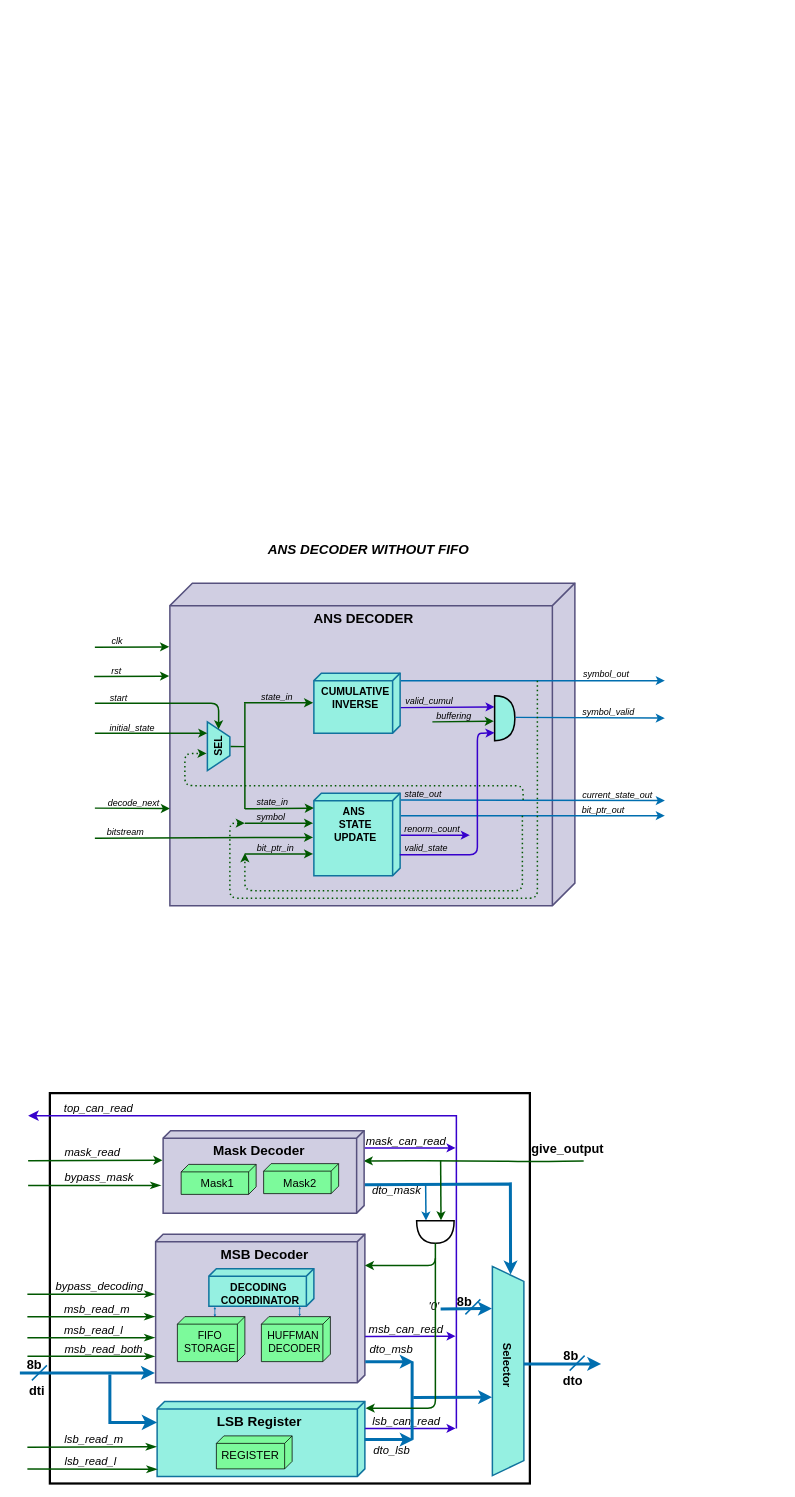
This is ANS decoder.drawio from Nithyarajoman/Drawio-figures, a draw.io file, before an edit. Source tidied: cells renumbered, new cells numbered last; positions are measured from the earlier drawing's top-left corner, leaving out a move shared by most shapes. Both pictures are drawn from the tidied source at 75%, with x=0, y=0 at pixel (20, 538).
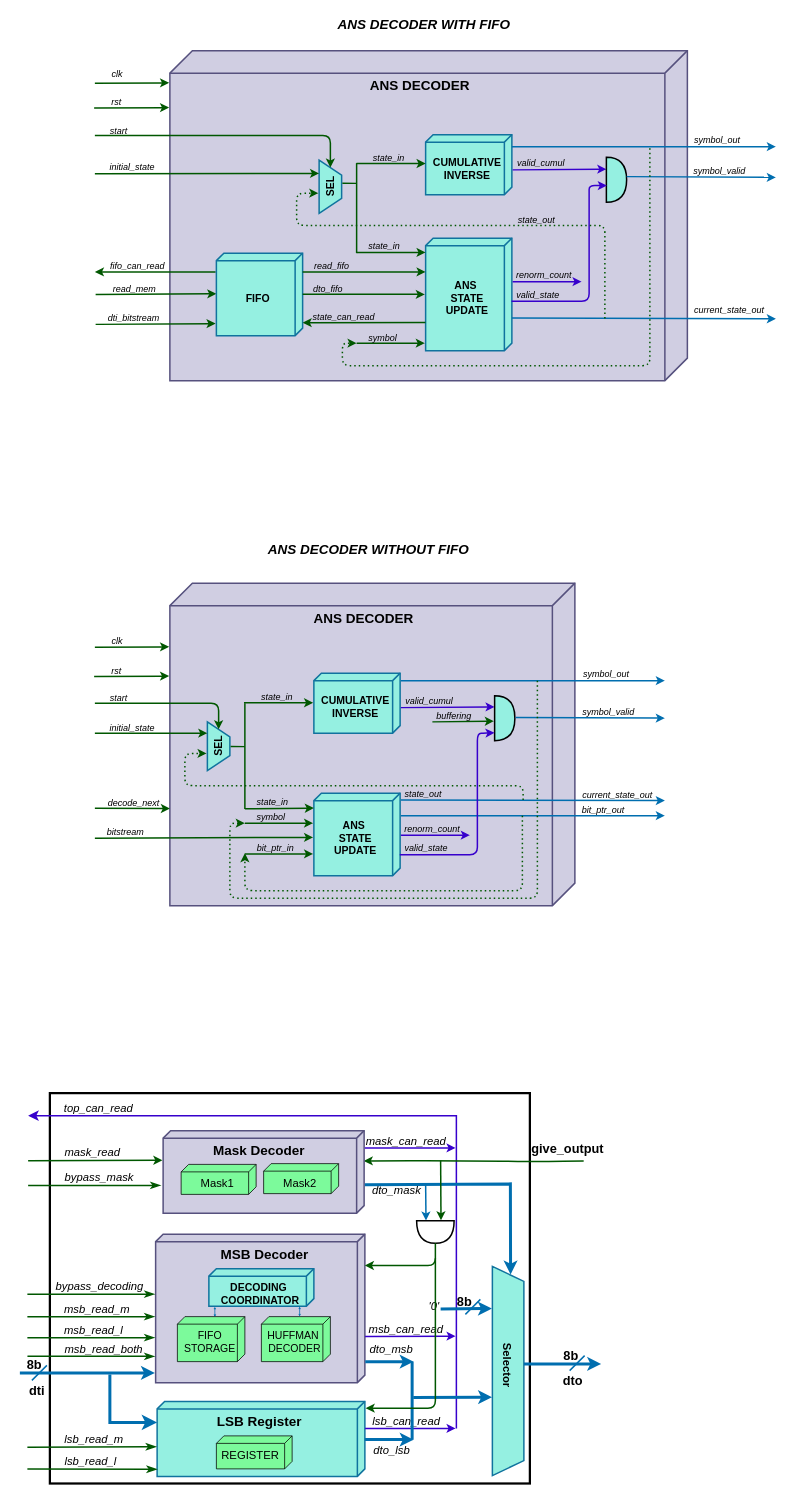
Above is the later version.

The edit, as a diff of the source:
```diff
@@
-    <mxCell id="69" value="&lt;div style=&quot;&quot;&gt;&lt;b style=&quot;font-size: 14px; background-color: transparent; color: light-dark(rgb(0, 0, 0), rgb(255, 255, 255));&quot;&gt;CUMULATIVE&lt;/b&gt;&lt;/div&gt;&lt;div style=&quot;&quot;&gt;&lt;span style=&quot;font-size: 14px;&quot;&gt;&lt;b&gt;INVERSE&lt;/b&gt;&lt;/span&gt;&lt;/div&gt;" style="verticalAlign=top;align=center;shape=cube;size=10;direction=south;fontStyle=0;html=1;boundedLbl=1;spacingLeft=5;rounded=1;fillColor=#95F0E1;strokeColor=#10739e;strokeWidth=2;" parent="1" vertex="1">
+    <mxCell id="69" value="&lt;div style=&quot;&quot;&gt;&lt;b style=&quot;font-size: 14px; background-color: transparent; color: light-dark(rgb(0, 0, 0), rgb(255, 255, 255));&quot;&gt;CUMULATIVE&lt;/b&gt;&lt;/div&gt;&lt;div style=&quot;&quot;&gt;&lt;span style=&quot;font-size: 14px;&quot;&gt;&lt;b&gt;INVERSE&lt;/b&gt;&lt;/span&gt;&lt;/div&gt;" style="verticalAlign=middle;align=center;shape=cube;size=10;direction=south;fontStyle=0;html=1;boundedLbl=1;spacingLeft=5;rounded=1;fillColor=#95F0E1;strokeColor=#10739e;strokeWidth=2;" parent="1" vertex="1">
       <mxGeometry x="392" y="180" width="115" height="80" as="geometry" />
     </mxCell>
-    <mxCell id="70" value="&lt;span style=&quot;font-size: 14px;&quot;&gt;&lt;b&gt;ANS&amp;nbsp;&lt;/b&gt;&lt;/span&gt;&lt;div&gt;&lt;span style=&quot;font-size: 14px;&quot;&gt;&lt;b&gt;STATE&lt;/b&gt;&lt;/span&gt;&lt;div&gt;&lt;span style=&quot;font-size: 14px;&quot;&gt;&lt;b&gt;UPDATE&lt;/b&gt;&lt;/span&gt;&lt;/div&gt;&lt;/div&gt;" style="verticalAlign=top;align=center;shape=cube;size=10;direction=south;fontStyle=0;html=1;boundedLbl=1;spacingLeft=5;rounded=1;fillColor=#95F0E1;strokeColor=#10739e;strokeWidth=2;" parent="1" vertex="1">
+    <mxCell id="70" value="&lt;span style=&quot;font-size: 14px;&quot;&gt;&lt;b&gt;ANS&amp;nbsp;&lt;/b&gt;&lt;/span&gt;&lt;div&gt;&lt;span style=&quot;font-size: 14px;&quot;&gt;&lt;b&gt;STATE&lt;/b&gt;&lt;/span&gt;&lt;div&gt;&lt;span style=&quot;font-size: 14px;&quot;&gt;&lt;b&gt;UPDATE&lt;/b&gt;&lt;/span&gt;&lt;/div&gt;&lt;/div&gt;" style="verticalAlign=middle;align=center;shape=cube;size=10;direction=south;fontStyle=0;html=1;boundedLbl=1;spacingLeft=5;rounded=1;fillColor=#95F0E1;strokeColor=#10739e;strokeWidth=2;" parent="1" vertex="1">
       <mxGeometry x="392" y="340" width="115" height="110" as="geometry" />
     </mxCell>
@@
+    <mxCell id="116" value="&lt;font size=&quot;1&quot; color=&quot;#000000&quot;&gt;&lt;b style=&quot;font-size: 18px;&quot;&gt;ANS DECODER&lt;/b&gt;&lt;/font&gt;" style="verticalAlign=top;align=center;shape=cube;size=30;direction=south;fontStyle=0;html=1;boundedLbl=1;spacingLeft=5;rounded=1;fillColor=#d0cee2;strokeColor=#56517e;strokeWidth=2;" parent="1" vertex="1">
+      <mxGeometry x="200" y="-650" width="690" height="440" as="geometry" />
+    </mxCell>
+    <mxCell id="117" value="&lt;div style=&quot;&quot;&gt;&lt;b style=&quot;font-size: 14px; background-color: transparent; color: light-dark(rgb(0, 0, 0), rgb(255, 255, 255));&quot;&gt;CUMULATIVE&lt;/b&gt;&lt;/div&gt;&lt;div style=&quot;&quot;&gt;&lt;span style=&quot;font-size: 14px;&quot;&gt;&lt;b&gt;INVERSE&lt;/b&gt;&lt;/span&gt;&lt;/div&gt;" style="verticalAlign=middle;align=center;shape=cube;size=10;direction=south;fontStyle=0;html=1;boundedLbl=1;spacingLeft=5;rounded=1;fillColor=#95F0E1;strokeColor=#10739e;strokeWidth=2;" parent="1" vertex="1">
+      <mxGeometry x="541" y="-538" width="115" height="80" as="geometry" />
+    </mxCell>
+    <mxCell id="118" value="&lt;span style=&quot;font-size: 14px;&quot;&gt;&lt;b&gt;ANS&amp;nbsp;&lt;/b&gt;&lt;/span&gt;&lt;div&gt;&lt;span style=&quot;font-size: 14px;&quot;&gt;&lt;b&gt;STATE&lt;/b&gt;&lt;/span&gt;&lt;div&gt;&lt;span style=&quot;font-size: 14px;&quot;&gt;&lt;b&gt;UPDATE&lt;/b&gt;&lt;/span&gt;&lt;/div&gt;&lt;/div&gt;" style="verticalAlign=middle;align=center;shape=cube;size=10;direction=south;fontStyle=0;html=1;boundedLbl=1;spacingLeft=5;rounded=1;fillColor=#95F0E1;strokeColor=#10739e;strokeWidth=2;" parent="1" vertex="1">
+      <mxGeometry x="541" y="-400" width="115" height="150" as="geometry" />
+    </mxCell>
+    <mxCell id="119" style="endArrow=classic;startArrow=none;endFill=1;startFill=0;html=1;verticalAlign=bottom;labelBackgroundColor=none;strokeWidth=2;shadow=0;sketch=0;fontColor=#000000;fillColor=#008a00;strokeColor=#005700;exitX=0.371;exitY=0.796;exitDx=0;exitDy=0;exitPerimeter=0;" parent="1" edge="1">
+      <mxGeometry relative="1" as="geometry">
+        <mxPoint x="448.8" y="-499.5" as="sourcePoint" />
+        <mxPoint x="541" y="-499.5" as="targetPoint" />
+      </mxGeometry>
+    </mxCell>
+    <mxCell id="120" value="&lt;i&gt;state_in&lt;/i&gt;" style="text;html=1;whiteSpace=wrap;strokeColor=none;fillColor=none;align=center;verticalAlign=middle;rounded=0;" parent="1" vertex="1">
+      <mxGeometry x="461.5" y="-522" width="60" height="30" as="geometry" />
+    </mxCell>
+    <mxCell id="121" style="endArrow=classic;startArrow=none;endFill=1;startFill=0;html=1;verticalAlign=bottom;labelBackgroundColor=none;strokeWidth=2;shadow=0;sketch=0;fontColor=#000000;fillColor=#008a00;strokeColor=#005700;" parent="1" edge="1">
+      <mxGeometry relative="1" as="geometry">
+        <mxPoint x="449" y="-381" as="sourcePoint" />
+        <mxPoint x="541" y="-381" as="targetPoint" />
+      </mxGeometry>
+    </mxCell>
+    <mxCell id="122" value="&lt;i&gt;state_in&lt;/i&gt;" style="text;html=1;whiteSpace=wrap;strokeColor=none;fillColor=none;align=center;verticalAlign=middle;rounded=0;" parent="1" vertex="1">
+      <mxGeometry x="455.5" y="-404" width="60" height="30" as="geometry" />
+    </mxCell>
+    <mxCell id="123" style="endArrow=classic;startArrow=none;endFill=1;startFill=0;html=1;verticalAlign=bottom;labelBackgroundColor=none;strokeWidth=2;shadow=0;sketch=0;fontColor=#000000;fillColor=#008a00;strokeColor=#005700;" parent="1" edge="1">
+      <mxGeometry relative="1" as="geometry">
+        <mxPoint x="449" y="-260" as="sourcePoint" />
+        <mxPoint x="540" y="-260" as="targetPoint" />
+      </mxGeometry>
+    </mxCell>
+    <mxCell id="124" value="&lt;i&gt;symbol&lt;/i&gt;" style="text;html=1;whiteSpace=wrap;strokeColor=none;fillColor=none;align=center;verticalAlign=middle;rounded=0;" parent="1" vertex="1">
+      <mxGeometry x="453.5" y="-282" width="60" height="30" as="geometry" />
+    </mxCell>
+    <mxCell id="125" style="endArrow=classic;startArrow=none;endFill=1;startFill=0;html=1;verticalAlign=bottom;labelBackgroundColor=none;strokeWidth=2;shadow=0;sketch=0;fontColor=#000000;fillColor=#008a00;strokeColor=#005700;" parent="1" edge="1">
+      <mxGeometry relative="1" as="geometry">
+        <mxPoint x="101" y="-285" as="sourcePoint" />
+        <mxPoint x="261" y="-286" as="targetPoint" />
+      </mxGeometry>
+    </mxCell>
+    <mxCell id="126" value="&lt;i&gt;dti_bitstream&lt;/i&gt;" style="text;html=1;whiteSpace=wrap;strokeColor=none;fillColor=none;align=center;verticalAlign=middle;rounded=0;" parent="1" vertex="1">
+      <mxGeometry x="122" y="-308" width="60" height="30" as="geometry" />
+    </mxCell>
+    <mxCell id="127" value="&lt;b&gt;&lt;font style=&quot;font-size: 14px;&quot;&gt;SEL&lt;/font&gt;&lt;/b&gt;" style="shape=trapezoid;perimeter=trapezoidPerimeter;whiteSpace=wrap;html=1;fixedSize=1;strokeColor=#10739e;fillColor=#95F0E1;direction=south;strokeWidth=2;horizontal=0;" parent="1" vertex="1">
+      <mxGeometry x="399" y="-504" width="30" height="71" as="geometry" />
+    </mxCell>
+    <mxCell id="128" style="endArrow=none;startArrow=none;endFill=0;startFill=0;html=1;verticalAlign=bottom;labelBackgroundColor=none;strokeWidth=2;shadow=0;sketch=0;fontColor=#000000;fillColor=#008a00;strokeColor=#005700;exitX=0.371;exitY=0.796;exitDx=0;exitDy=0;exitPerimeter=0;" parent="1" edge="1">
+      <mxGeometry relative="1" as="geometry">
+        <mxPoint x="430" y="-473.3" as="sourcePoint" />
+        <mxPoint x="449" y="-473" as="targetPoint" />
+      </mxGeometry>
+    </mxCell>
+    <mxCell id="129" style="endArrow=none;startArrow=none;endFill=0;startFill=0;html=1;verticalAlign=bottom;labelBackgroundColor=none;strokeWidth=2;shadow=0;sketch=0;fontColor=#000000;fillColor=#008a00;strokeColor=#005700;" parent="1" edge="1">
+      <mxGeometry relative="1" as="geometry">
+        <mxPoint x="449" y="-500" as="sourcePoint" />
+        <mxPoint x="449" y="-380" as="targetPoint" />
+      </mxGeometry>
+    </mxCell>
+    <mxCell id="130" style="endArrow=classic;startArrow=none;endFill=1;startFill=0;html=1;verticalAlign=bottom;labelBackgroundColor=none;strokeWidth=2;shadow=0;sketch=0;fontColor=#000000;fillColor=#008a00;strokeColor=#005700;entryX=0.25;entryY=1;entryDx=0;entryDy=0;" parent="1" edge="1" target="127">
+      <mxGeometry relative="1" as="geometry">
+        <mxPoint x="100" y="-486" as="sourcePoint" />
+      </mxGeometry>
+    </mxCell>
+    <mxCell id="131" value="&lt;i&gt;initial_state&lt;/i&gt;" style="text;html=1;whiteSpace=wrap;strokeColor=none;fillColor=none;align=center;verticalAlign=middle;rounded=0;" parent="1" vertex="1">
+      <mxGeometry x="120" y="-509" width="60" height="30" as="geometry" />
+    </mxCell>
+    <mxCell id="132" style="endArrow=classic;startArrow=none;endFill=1;startFill=0;html=1;verticalAlign=bottom;labelBackgroundColor=none;strokeWidth=2;shadow=0;sketch=0;fontColor=#000000;fillColor=#008a00;strokeColor=#005700;entryX=0;entryY=0.5;entryDx=0;entryDy=0;" parent="1" edge="1" target="127">
+      <mxGeometry relative="1" as="geometry">
+        <mxPoint x="100" y="-537" as="sourcePoint" />
+        <Array as="points">
+          <mxPoint x="265" y="-537" />
+          <mxPoint x="414" y="-537" />
+        </Array>
+      </mxGeometry>
+    </mxCell>
+    <mxCell id="133" value="&lt;i&gt;start&lt;/i&gt;" style="text;html=1;whiteSpace=wrap;strokeColor=none;fillColor=none;align=center;verticalAlign=middle;rounded=0;" parent="1" vertex="1">
+      <mxGeometry x="102" y="-558" width="60" height="30" as="geometry" />
+    </mxCell>
+    <mxCell id="134" style="endArrow=classic;startArrow=none;endFill=1;startFill=0;html=1;verticalAlign=bottom;labelBackgroundColor=none;strokeWidth=2;shadow=0;sketch=0;fontColor=#000000;fillColor=#008a00;strokeColor=#005700;exitX=0;exitY=0.75;exitDx=0;exitDy=0;" parent="1" edge="1">
+      <mxGeometry relative="1" as="geometry">
+        <mxPoint x="100" y="-606.5" as="sourcePoint" />
+        <mxPoint x="199" y="-607" as="targetPoint" />
+      </mxGeometry>
+    </mxCell>
+    <mxCell id="135" style="endArrow=classic;startArrow=none;endFill=1;startFill=0;html=1;verticalAlign=bottom;labelBackgroundColor=none;strokeWidth=2;shadow=0;sketch=0;fontColor=#000000;fillColor=#008a00;strokeColor=#005700;exitX=0;exitY=0.75;exitDx=0;exitDy=0;" parent="1" edge="1" source="137">
+      <mxGeometry relative="1" as="geometry">
+        <mxPoint x="199" y="-574" as="targetPoint" />
+      </mxGeometry>
+    </mxCell>
+    <mxCell id="136" value="&lt;i&gt;clk&lt;/i&gt;" style="text;html=1;whiteSpace=wrap;strokeColor=none;fillColor=none;align=center;verticalAlign=middle;rounded=0;" parent="1" vertex="1">
+      <mxGeometry x="100" y="-633" width="60" height="30" as="geometry" />
+    </mxCell>
+    <mxCell id="137" value="&lt;i&gt;rst&lt;/i&gt;" style="text;html=1;whiteSpace=wrap;strokeColor=none;fillColor=none;align=center;verticalAlign=middle;rounded=0;" parent="1" vertex="1">
+      <mxGeometry x="99" y="-596" width="60" height="30" as="geometry" />
+    </mxCell>
+    <mxCell id="138" style="endArrow=classic;startArrow=none;endFill=1;startFill=0;html=1;verticalAlign=bottom;labelBackgroundColor=none;strokeWidth=2;shadow=0;sketch=0;fontColor=#000000;fillColor=#008a00;strokeColor=#005700;entryX=0.547;entryY=1.009;entryDx=0;entryDy=0;entryPerimeter=0;" parent="1" edge="1">
+      <mxGeometry relative="1" as="geometry">
+        <mxPoint x="101" y="-325" as="sourcePoint" />
+        <mxPoint x="262" y="-325.8" as="targetPoint" />
+      </mxGeometry>
+    </mxCell>
+    <mxCell id="139" value="&lt;i&gt;read_mem&lt;/i&gt;" style="text;html=1;whiteSpace=wrap;strokeColor=none;fillColor=none;align=center;verticalAlign=middle;rounded=0;" parent="1" vertex="1">
+      <mxGeometry x="123" y="-347" width="60" height="30" as="geometry" />
+    </mxCell>
+    <mxCell id="140" style="endArrow=classic;startArrow=none;endFill=1;startFill=0;html=1;verticalAlign=bottom;labelBackgroundColor=none;strokeWidth=2;shadow=0;sketch=0;fontColor=#000000;fillColor=#008a00;strokeColor=light-dark(#006eaf, #82cd82);" parent="1" edge="1">
+      <mxGeometry relative="1" as="geometry">
+        <mxPoint x="656" y="-522" as="sourcePoint" />
+        <mxPoint x="1008" y="-522" as="targetPoint" />
+      </mxGeometry>
+    </mxCell>
+    <mxCell id="141" value="&lt;i&gt;symbol_out&lt;/i&gt;" style="text;html=1;whiteSpace=wrap;strokeColor=none;fillColor=none;align=center;verticalAlign=middle;rounded=0;" parent="1" vertex="1">
+      <mxGeometry x="900" y="-545" width="60" height="30" as="geometry" />
+    </mxCell>
+    <mxCell id="142" style="endArrow=classic;startArrow=none;endFill=1;startFill=0;html=1;verticalAlign=bottom;labelBackgroundColor=none;strokeWidth=2;shadow=0;sketch=0;fontColor=#000000;fillColor=#008a00;strokeColor=light-dark(#3700cc, #82cd82);exitX=-0.075;exitY=0.133;exitDx=0;exitDy=0;exitPerimeter=0;entryX=0;entryY=0.25;entryDx=0;entryDy=0;entryPerimeter=0;" parent="1" edge="1">
+      <mxGeometry relative="1" as="geometry">
+        <mxPoint x="657" y="-491" as="sourcePoint" />
+        <mxPoint x="782" y="-492" as="targetPoint" />
+      </mxGeometry>
+    </mxCell>
+    <mxCell id="143" value="&lt;i&gt;valid_cumul&lt;/i&gt;" style="text;html=1;whiteSpace=wrap;strokeColor=none;fillColor=none;align=center;verticalAlign=middle;rounded=0;" parent="1" vertex="1">
+      <mxGeometry x="661.5" y="-515" width="65.5" height="30" as="geometry" />
+    </mxCell>
+    <mxCell id="144" style="shape=or;whiteSpace=wrap;html=1;fillColor=light-dark(#95f0e1, #ededed);strokeWidth=2;" parent="1" vertex="1">
+      <mxGeometry x="782" y="-508" width="27" height="60" as="geometry" />
+    </mxCell>
+    <mxCell id="145" style="endArrow=classic;startArrow=none;endFill=1;startFill=0;html=1;verticalAlign=bottom;labelBackgroundColor=none;strokeWidth=2;shadow=0;sketch=0;fontColor=#000000;fillColor=#008a00;strokeColor=light-dark(#006eaf, #82cd82);exitX=-0.075;exitY=0.133;exitDx=0;exitDy=0;exitPerimeter=0;" parent="1" edge="1">
+      <mxGeometry relative="1" as="geometry">
+        <mxPoint x="656" y="-293.5" as="sourcePoint" />
+        <mxPoint x="1008" y="-292.5" as="targetPoint" />
+      </mxGeometry>
+    </mxCell>
+    <mxCell id="146" value="&lt;i&gt;state_out&lt;/i&gt;" style="text;html=1;whiteSpace=wrap;strokeColor=none;fillColor=none;align=center;verticalAlign=middle;rounded=0;" parent="1" vertex="1">
+      <mxGeometry x="659" y="-439" width="60" height="30" as="geometry" />
+    </mxCell>
+    <mxCell id="147" style="endArrow=classic;startArrow=none;endFill=1;startFill=0;html=1;verticalAlign=bottom;labelBackgroundColor=none;strokeWidth=2;shadow=0;sketch=0;fontColor=#000000;fillColor=#008a00;strokeColor=light-dark(#3700cc, #82cd82);exitX=-0.075;exitY=0.133;exitDx=0;exitDy=0;exitPerimeter=0;" parent="1" edge="1">
+      <mxGeometry relative="1" as="geometry">
+        <mxPoint x="657" y="-342" as="sourcePoint" />
+        <mxPoint x="749" y="-342" as="targetPoint" />
+      </mxGeometry>
+    </mxCell>
+    <mxCell id="148" value="&lt;i&gt;renorm_count&lt;/i&gt;" style="text;html=1;whiteSpace=wrap;strokeColor=none;fillColor=none;align=center;verticalAlign=middle;rounded=0;" parent="1" vertex="1">
+      <mxGeometry x="668.5" y="-365" width="60" height="30" as="geometry" />
+    </mxCell>
+    <mxCell id="149" style="endArrow=classic;startArrow=none;endFill=1;startFill=0;html=1;verticalAlign=bottom;labelBackgroundColor=none;strokeWidth=2;shadow=0;sketch=0;fontColor=#000000;fillColor=#008a00;strokeColor=light-dark(#3700cc, #82cd82);exitX=-0.075;exitY=0.133;exitDx=0;exitDy=0;exitPerimeter=0;entryX=0.024;entryY=0.633;entryDx=0;entryDy=0;entryPerimeter=0;" parent="1" edge="1" target="144">
+      <mxGeometry relative="1" as="geometry">
+        <mxPoint x="655.5" y="-316" as="sourcePoint" />
+        <Array as="points">
+          <mxPoint x="759" y="-316" />
+          <mxPoint x="759" y="-408" />
+          <mxPoint x="759" y="-450" />
+          <mxPoint x="759" y="-470" />
+        </Array>
+      </mxGeometry>
+    </mxCell>
+    <mxCell id="150" value="&lt;i&gt;valid_state&lt;/i&gt;" style="text;html=1;whiteSpace=wrap;strokeColor=none;fillColor=none;align=center;verticalAlign=middle;rounded=0;" parent="1" vertex="1">
+      <mxGeometry x="661" y="-339" width="60" height="30" as="geometry" />
+    </mxCell>
+    <mxCell id="151" style="endArrow=classic;startArrow=none;endFill=1;startFill=0;html=1;verticalAlign=bottom;labelBackgroundColor=none;strokeWidth=2;shadow=0;sketch=0;fontColor=#000000;fillColor=#008a00;strokeColor=light-dark(#006eaf, #82cd82);exitX=-0.075;exitY=0.133;exitDx=0;exitDy=0;exitPerimeter=0;" parent="1" edge="1">
+      <mxGeometry relative="1" as="geometry">
+        <mxPoint x="809" y="-482" as="sourcePoint" />
+        <mxPoint x="1008" y="-481" as="targetPoint" />
+      </mxGeometry>
+    </mxCell>
+    <mxCell id="152" value="&lt;i&gt;symbol_valid&lt;/i&gt;" style="text;html=1;whiteSpace=wrap;strokeColor=none;fillColor=none;align=center;verticalAlign=middle;rounded=0;" parent="1" vertex="1">
+      <mxGeometry x="900" y="-504" width="65.5" height="30" as="geometry" />
+    </mxCell>
+    <mxCell id="153" value="&lt;i&gt;current_state_out&lt;/i&gt;" style="text;html=1;whiteSpace=wrap;strokeColor=none;fillColor=none;align=center;verticalAlign=middle;rounded=0;" parent="1" vertex="1">
+      <mxGeometry x="916" y="-319" width="60" height="30" as="geometry" />
+    </mxCell>
+    <mxCell id="154" style="endArrow=classic;startArrow=none;endFill=1;startFill=0;html=1;verticalAlign=bottom;labelBackgroundColor=none;strokeWidth=2;shadow=0;sketch=0;fontColor=#000000;fillColor=#008a00;strokeColor=#005700;dashed=1;dashPattern=1 2;" parent="1" edge="1">
+      <mxGeometry relative="1" as="geometry">
+        <mxPoint x="840" y="-520" as="sourcePoint" />
+        <mxPoint x="449" y="-260" as="targetPoint" />
+        <Array as="points">
+          <mxPoint x="840" y="-230" />
+          <mxPoint x="620" y="-230" />
+          <mxPoint x="430" y="-230" />
+          <mxPoint x="430" y="-260" />
+        </Array>
+      </mxGeometry>
+    </mxCell>
+    <mxCell id="155" style="endArrow=classic;startArrow=none;endFill=1;startFill=0;html=1;verticalAlign=bottom;labelBackgroundColor=none;strokeWidth=2;shadow=0;sketch=0;fontColor=#000000;fillColor=#008a00;strokeColor=#005700;entryX=0.647;entryY=1.033;entryDx=0;entryDy=0;entryPerimeter=0;dashed=1;dashPattern=1 2;" parent="1" edge="1">
+      <mxGeometry relative="1" as="geometry">
+        <mxPoint x="780" y="-293" as="sourcePoint" />
+        <mxPoint x="398" y="-459.9" as="targetPoint" />
+        <Array as="points">
+          <mxPoint x="780" y="-417" />
+          <mxPoint x="609" y="-417" />
+          <mxPoint x="499" y="-417" />
+          <mxPoint x="369" y="-417" />
+          <mxPoint x="369" y="-460" />
+        </Array>
+      </mxGeometry>
+    </mxCell>
+    <mxCell id="156" value="&lt;i&gt;&lt;b&gt;&lt;font style=&quot;font-size: 18px;&quot;&gt;ANS DECODER WITH FIFO&lt;/font&gt;&lt;/b&gt;&lt;/i&gt;" style="text;html=1;whiteSpace=wrap;strokeColor=none;fillColor=none;align=center;verticalAlign=middle;rounded=0;" parent="1" vertex="1">
+      <mxGeometry x="384" y="-700" width="310" height="30" as="geometry" />
+    </mxCell>
+    <mxCell id="157" style="endArrow=classic;startArrow=none;endFill=1;startFill=0;html=1;verticalAlign=bottom;labelBackgroundColor=none;strokeWidth=2;shadow=0;sketch=0;fontColor=#000000;fillColor=#008a00;strokeColor=light-dark(#005700, #82cd82);exitX=0.628;exitY=0.92;exitDx=0;exitDy=0;exitPerimeter=0;" parent="1" edge="1">
+      <mxGeometry relative="1" as="geometry">
+        <mxPoint x="261" y="-355" as="sourcePoint" />
+        <mxPoint x="100" y="-355" as="targetPoint" />
+      </mxGeometry>
+    </mxCell>
+    <mxCell id="158" value="&lt;i&gt;fifo_can_read&lt;/i&gt;" style="text;html=1;whiteSpace=wrap;strokeColor=none;fillColor=none;align=center;verticalAlign=middle;rounded=0;" parent="1" vertex="1">
+      <mxGeometry x="127" y="-377" width="60" height="30" as="geometry" />
+    </mxCell>
+    <mxCell id="159" value="&lt;div style=&quot;&quot;&gt;&lt;span style=&quot;font-size: 14px;&quot;&gt;&lt;b&gt;FIFO&lt;/b&gt;&lt;/span&gt;&lt;/div&gt;" style="verticalAlign=middle;align=center;shape=cube;size=10;direction=south;fontStyle=0;html=1;boundedLbl=1;spacingLeft=5;rounded=1;fillColor=#95F0E1;strokeColor=#10739e;strokeWidth=2;" parent="1" vertex="1">
+      <mxGeometry x="262" y="-380" width="115" height="110" as="geometry" />
+    </mxCell>
+    <mxCell id="160" style="endArrow=classic;startArrow=none;endFill=1;startFill=0;html=1;verticalAlign=bottom;labelBackgroundColor=none;strokeWidth=2;shadow=0;sketch=0;fontColor=#000000;fillColor=#008a00;strokeColor=#005700;" parent="1" edge="1">
+      <mxGeometry relative="1" as="geometry">
+        <mxPoint x="377" y="-355" as="sourcePoint" />
+        <mxPoint x="541" y="-355" as="targetPoint" />
+      </mxGeometry>
+    </mxCell>
+    <mxCell id="161" style="endArrow=classic;startArrow=none;endFill=1;startFill=0;html=1;verticalAlign=bottom;labelBackgroundColor=none;strokeWidth=2;shadow=0;sketch=0;fontColor=#000000;fillColor=#008a00;strokeColor=#005700;" parent="1" edge="1">
+      <mxGeometry relative="1" as="geometry">
+        <mxPoint x="377" y="-325.3" as="sourcePoint" />
+        <mxPoint x="540" y="-325" as="targetPoint" />
+      </mxGeometry>
+    </mxCell>
+    <mxCell id="162" value="&lt;i&gt;read_fifo&lt;/i&gt;" style="text;html=1;whiteSpace=wrap;strokeColor=none;fillColor=none;align=center;verticalAlign=middle;rounded=0;" parent="1" vertex="1">
+      <mxGeometry x="386" y="-377" width="60" height="30" as="geometry" />
+    </mxCell>
+    <mxCell id="163" value="&lt;i&gt;state_can_read&lt;/i&gt;" style="text;html=1;whiteSpace=wrap;strokeColor=none;fillColor=none;align=center;verticalAlign=middle;rounded=0;" parent="1" vertex="1">
+      <mxGeometry x="398" y="-309" width="68" height="30" as="geometry" />
+    </mxCell>
+    <mxCell id="164" value="&lt;i&gt;dto_fifo&lt;/i&gt;" style="text;html=1;whiteSpace=wrap;strokeColor=none;fillColor=none;align=center;verticalAlign=middle;rounded=0;" parent="1" vertex="1">
+      <mxGeometry x="381" y="-347" width="60" height="30" as="geometry" />
+    </mxCell>
+    <mxCell id="165" style="endArrow=classic;startArrow=none;endFill=1;startFill=0;html=1;verticalAlign=bottom;labelBackgroundColor=none;strokeWidth=2;shadow=0;sketch=0;fontColor=#000000;fillColor=#008a00;strokeColor=#005700;entryX=0.75;entryY=1.002;entryDx=0;entryDy=0;entryPerimeter=0;exitX=0.75;exitY=1.002;exitDx=0;exitDy=0;exitPerimeter=0;" parent="1" edge="1" source="118">
+      <mxGeometry relative="1" as="geometry">
+        <mxPoint x="377" y="-287.3" as="targetPoint" />
+      </mxGeometry>
+    </mxCell>
```
